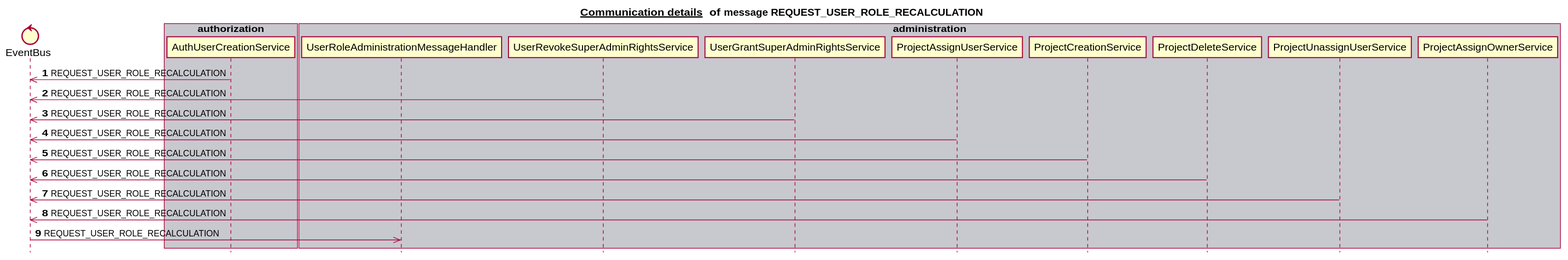
Above: docs/latest/images/gen_domain_messaging_request_user_role_recalculation.svg in mercedes-benz/sechub (PlantUML), before the change.
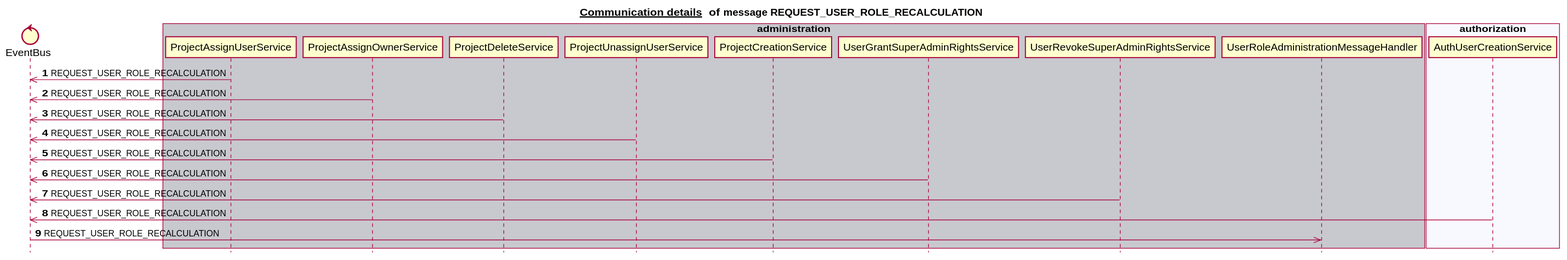
Above is the later version.

What changed in the source:
```diff
@@ -10,30 +10,30 @@
 end box
 box "schedule" #F8F8FF
 end box
-box "authorization" #C8C8CF
+box "administration" #C8C8CF
+   participant ProjectAssignUserService
+   participant ProjectAssignOwnerService
+   participant ProjectDeleteService
+   participant ProjectUnassignUserService
+   participant ProjectCreationService
+   participant UserGrantSuperAdminRightsService
+   participant UserRevokeSuperAdminRightsService
+   participant UserRoleAdministrationMessageHandler
+end box
+box "authorization" #F8F8FF
    participant AuthUserCreationService
 end box
-box "notification" #F8F8FF
-end box
-box "administration" #C8C8CF
-   participant UserRoleAdministrationMessageHandler
-   participant UserRevokeSuperAdminRightsService
-   participant UserGrantSuperAdminRightsService
-   participant ProjectAssignUserService
-   participant ProjectCreationService
-   participant ProjectDeleteService
-   participant ProjectUnassignUserService
-   participant ProjectAssignOwnerService
+box "notification" #C8C8CF
 end box
 autonumber 1
-AuthUserCreationService ->> EventBus:REQUEST_USER_ROLE_RECALCULATION
-UserRevokeSuperAdminRightsService ->> EventBus:REQUEST_USER_ROLE_RECALCULATION
-UserGrantSuperAdminRightsService ->> EventBus:REQUEST_USER_ROLE_RECALCULATION
 ProjectAssignUserService ->> EventBus:REQUEST_USER_ROLE_RECALCULATION
-ProjectCreationService ->> EventBus:REQUEST_USER_ROLE_RECALCULATION
+ProjectAssignOwnerService ->> EventBus:REQUEST_USER_ROLE_RECALCULATION
 ProjectDeleteService ->> EventBus:REQUEST_USER_ROLE_RECALCULATION
 ProjectUnassignUserService ->> EventBus:REQUEST_USER_ROLE_RECALCULATION
-ProjectAssignOwnerService ->> EventBus:REQUEST_USER_ROLE_RECALCULATION
+ProjectCreationService ->> EventBus:REQUEST_USER_ROLE_RECALCULATION
+UserGrantSuperAdminRightsService ->> EventBus:REQUEST_USER_ROLE_RECALCULATION
+UserRevokeSuperAdminRightsService ->> EventBus:REQUEST_USER_ROLE_RECALCULATION
+AuthUserCreationService ->> EventBus:REQUEST_USER_ROLE_RECALCULATION
 EventBus ->> UserRoleAdministrationMessageHandler:REQUEST_USER_ROLE_RECALCULATION
 autonumber stop
 
```
